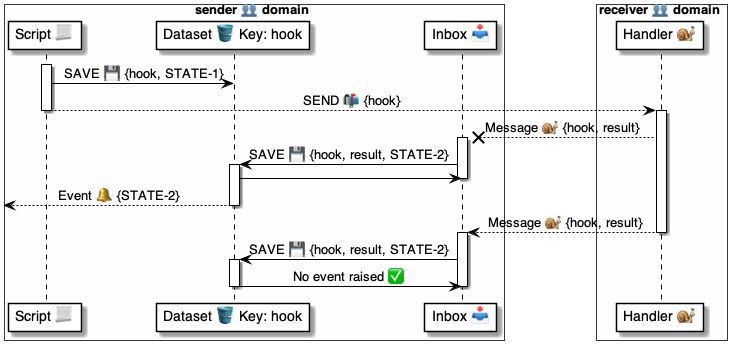
pollyweb-org/pollyweb-docs keeps this PlantUML diagram as 4 ⚙️ Solution/45 🤲 Helper domains/Itemizers 🛢/🛢♒ Itemizer patterns/Idempotency on update ♒/🛢 Update Idempotency ⚙️ uml.png. Above is the earlier version. Its source is kept beside it as 4 ⚙️ Solution/45 🤲 Helper domains/Itemizers 🛢/🛢♒ Itemizer patterns/Idempotency on update ♒/🛢 Update Idempotency ⚙️ uml.puml. The source it was exported from:
```plantuml
@startuml State machine

box sender 👥 domain #FFFFFA
    participant "Script 📃" as script
    participant "Dataset 🪣 Key: hook" as table
    participant "Inbox 📥" as inbox
end box

box receiver 👥 domain #FFFFFA
    participant "Handler 🐌" as handler
end box


activate script
    script -> table: SAVE 💾 {hook, STATE-1}
    script --> handler: SEND 📬 {hook}
deactivate script

activate handler
    handler --x inbox: Message 🐌 {hook, result}
activate inbox
    inbox -> table: SAVE 💾 {hook, result, STATE-2}

activate table
    table -> inbox:
deactivate inbox
    <-- table  : Event 🔔 {STATE-2}
deactivate table

    handler --> inbox: Message 🐌 {hook, result}
deactivate handler

activate inbox
    inbox -> table: SAVE 💾 {hook, result, STATE-2}
activate table
    table -> inbox: No event raised ✅
deactivate table
deactivate inbox


@enduml
```
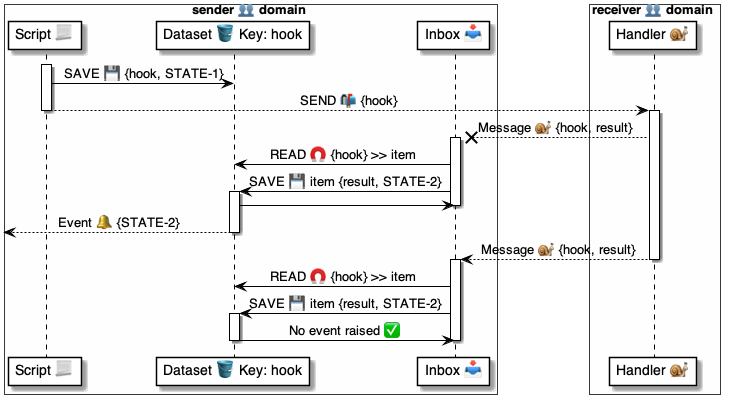
Above is the later version.

Diff of the diagram source:
```diff
@@ -19,7 +19,8 @@
 activate handler
     handler --x inbox: Message 🐌 {hook, result}
 activate inbox
-    inbox -> table: SAVE 💾 {hook, result, STATE-2}
+    inbox -> table: READ 🧲 {hook} >> item
+    inbox -> table: SAVE 💾 item {result, STATE-2}
 
 activate table
     table -> inbox:
@@ -31,7 +32,8 @@
 deactivate handler
 
 activate inbox
-    inbox -> table: SAVE 💾 {hook, result, STATE-2}
+    inbox -> table: READ 🧲 {hook} >> item
+    inbox -> table: SAVE 💾 item {result, STATE-2}
 activate table
     table -> inbox: No event raised ✅
 deactivate table
```
